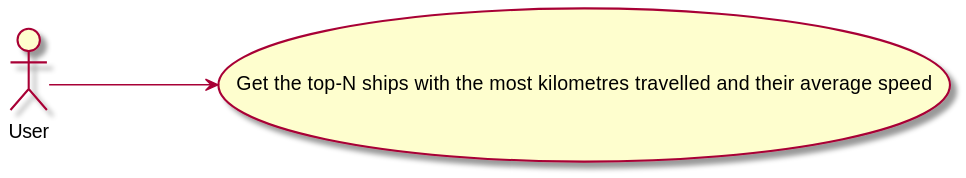
This is docs/Sprint 1/US106/US106_UCD.svg from 1190772/LAB-Project-3, a PlantUML export, as it was before one commit. The source it was exported from:
```plantuml
@startuml

left to right direction

:User: as USER
(Get the  top-N ships with the most kilometres travelled and their average speed) as (Use)

USER ---> (Use)

@enduml
```
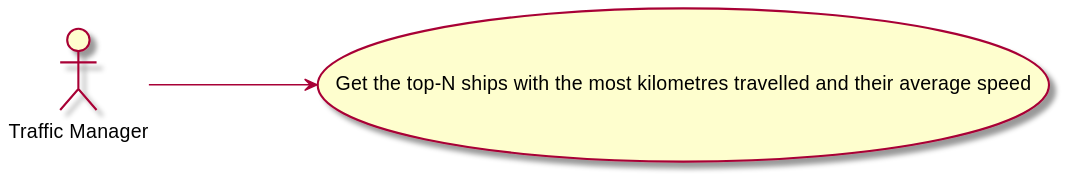
After the commit.

Change to the diagram source:
```diff
@@ -2,9 +2,9 @@
 
 left to right direction
 
-:User: as USER
+:Traffic Manager: as TM
 (Get the  top-N ships with the most kilometres travelled and their average speed) as (Use)
 
-USER ---> (Use)
+TM ---> (Use)
 
 @enduml
```
